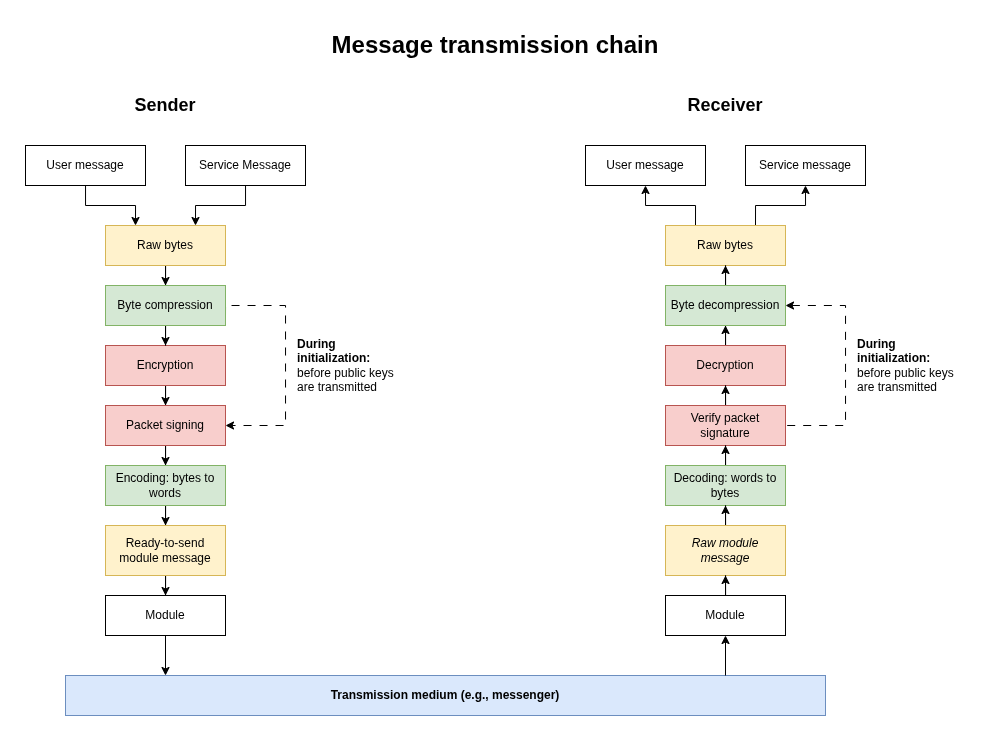
Before: docs/diagrams/message-transmission-chain-EN.png, a diagram exported from draw.io (igmunv/cryptolayer-base). Source tidied: cells renumbered, new cells last; positions are measured from the earlier drawing's top-left corner, leaving out a move shared by most shapes.
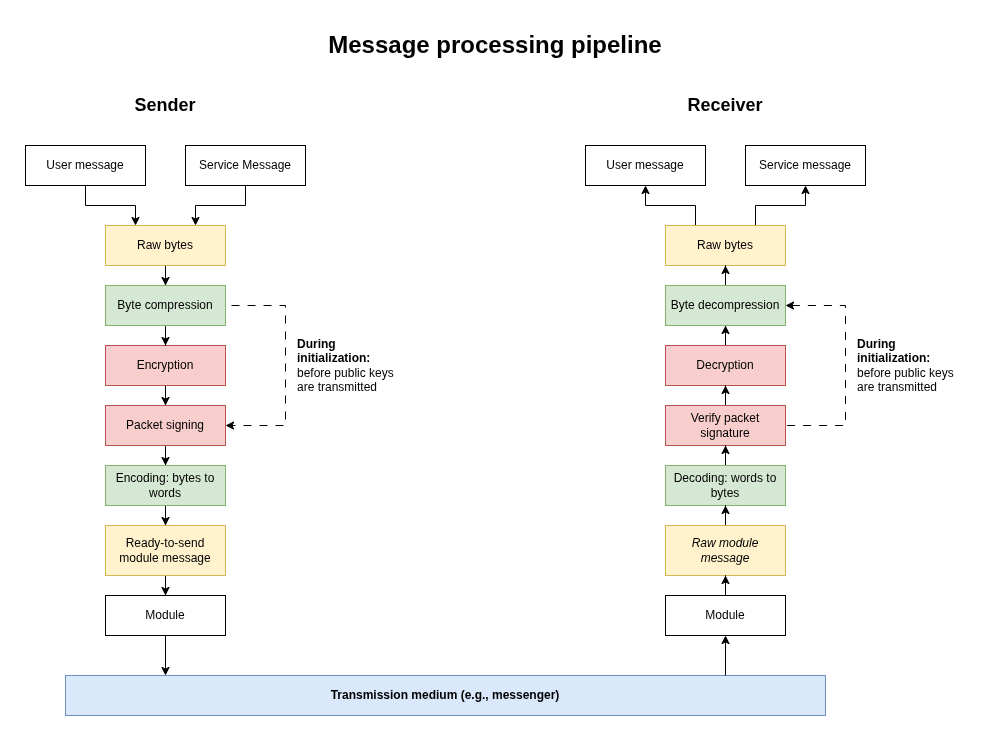
After the commit.

The edit, as a diff of the source:
```diff
@@ -2,7 +2,7 @@
   <root>
     <mxCell id="0" />
     <mxCell id="1" parent="0" />
-    <mxCell id="2" value="Message transmission chain" style="text;html=1;whiteSpace=wrap;strokeColor=none;fillColor=none;align=center;verticalAlign=middle;rounded=0;fontStyle=1;fontSize=24;" parent="1" vertex="1">
+    <mxCell id="2" value="Message processing pipeline" style="text;html=1;whiteSpace=wrap;strokeColor=none;fillColor=none;align=center;verticalAlign=middle;rounded=0;fontStyle=1;fontSize=24;" parent="1" vertex="1">
       <mxGeometry width="940" height="40" as="geometry" />
     </mxCell>
     <mxCell id="3" style="edgeStyle=orthogonalEdgeStyle;rounded=0;jettySize=auto;html=1;entryX=0.25;entryY=0;entryDx=0;entryDy=0;" parent="1" edge="1" source="4">
```
